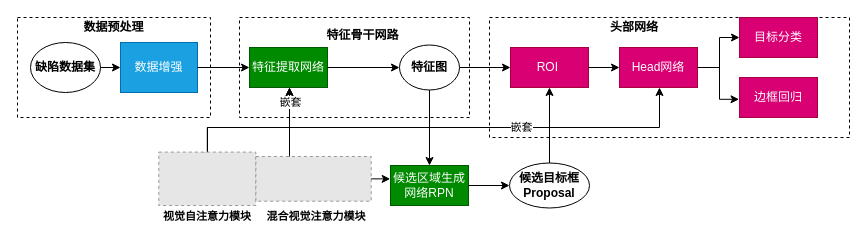
This is 增加多分类任务的目标检测网络.drawio from paleblackless/diagrams, a draw.io file, before an edit. Source tidied: cells renumbered, new cells numbered last; positions are measured from the earlier drawing's top-left corner, leaving out a move shared by most shapes. Both pictures are drawn from the tidied source at 100%, with x=0, y=0 at pixel (17, 17). Pictures stored in the file or linked from it are replaced by grey dashed boxes.
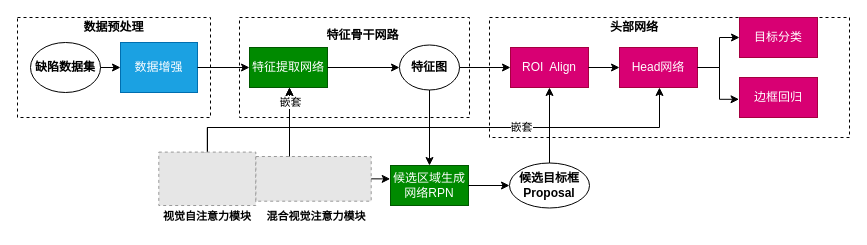
After the change.

Commit message (it also covers changes not shown here):
更新增加多分类任务的目标检测网络.drawio

Unchanged cells that the change refers to:
```xml
<mxCell id="2" style="group;" parent="1" vertex="1">
  <mxGeometry width="832" height="210" as="geometry" />
</mxCell>
```

What changed in the source:
```diff
@@
-    <mxCell id="30" value="ROI&amp;nbsp;" style="rounded=0;whiteSpace=wrap;html=1;fillColor=#d80073;strokeColor=#A50040;fontColor=#ffffff;" parent="2" vertex="1">
+    <mxCell id="30" value="ROI&amp;nbsp; Align" style="rounded=0;whiteSpace=wrap;html=1;fillColor=#d80073;strokeColor=#A50040;fontColor=#ffffff;" parent="2" vertex="1">
       <mxGeometry x="493" y="30" width="78" height="40" as="geometry" />
     </mxCell>
```
